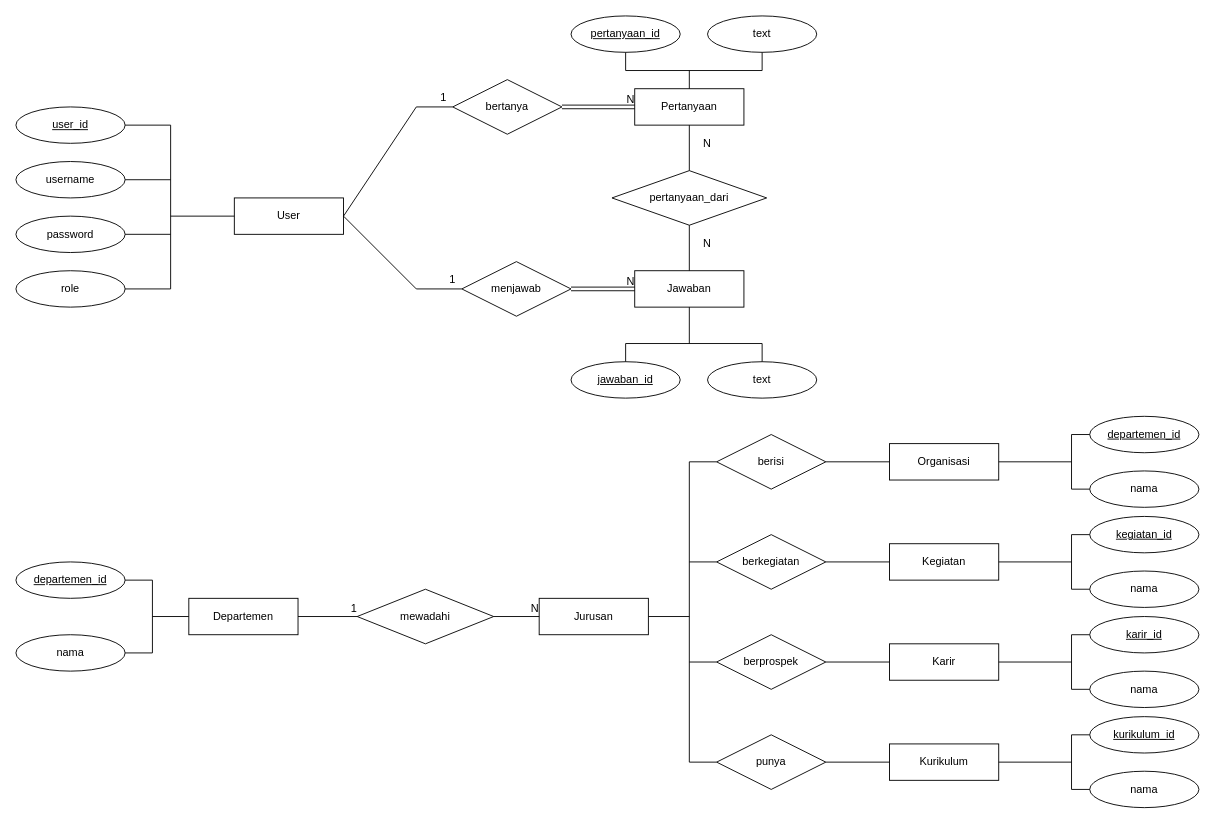
The draw.io diagram images/ERD_Klenik.drawio in Gopalatius/KLENIK-Kepoin-Fakultas-Teknik-Universitas-Indonesia, before the edit. Source tidied: cells renumbered, new cells numbered last; positions are measured from the earlier drawing's top-left corner, leaving out a move shared by most shapes. Both pictures are drawn from the tidied source at 91%, with x=0, y=0 at pixel (15, 15).
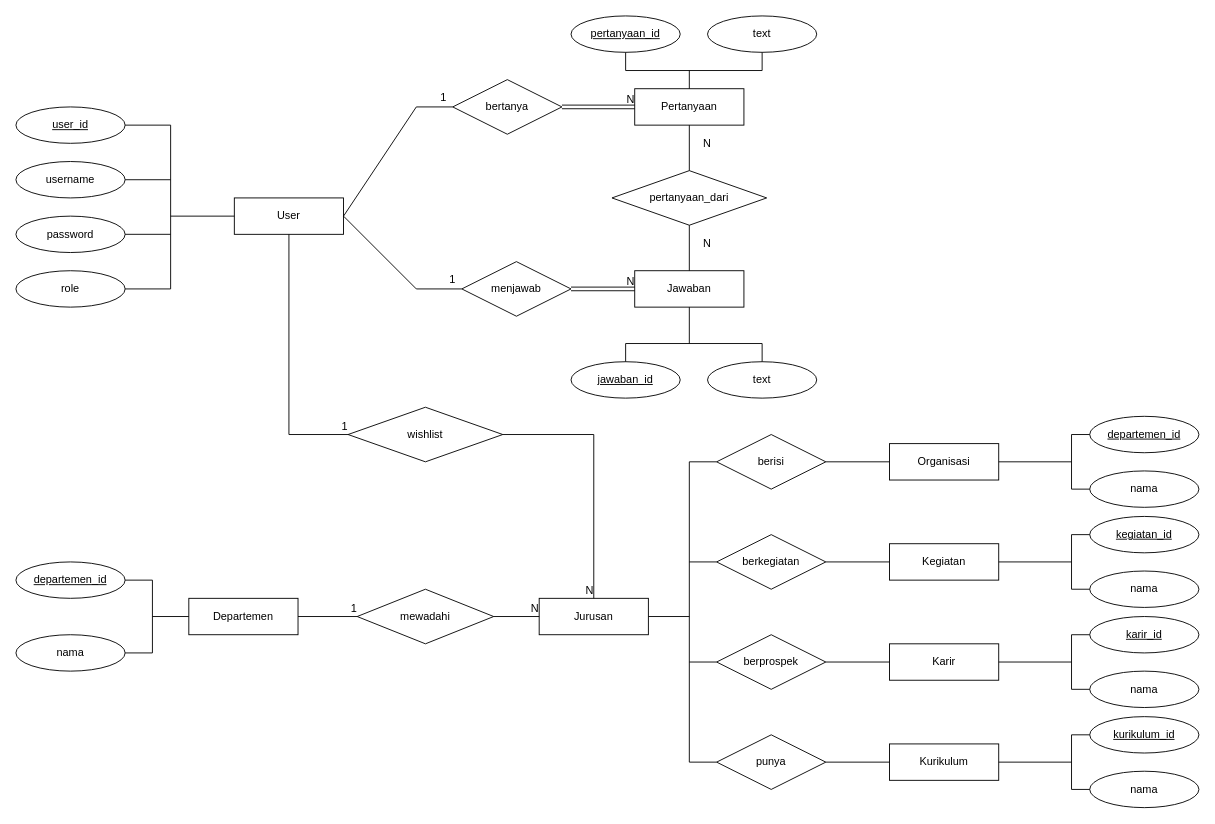
Above is the later version.

Commit message (it also covers changes not shown here):
ERD ditambah wishlist

The change refers to these unchanged cells:
```xml
<mxCell id="2" value="User" style="rounded=0;whiteSpace=wrap;html=1;" parent="1" vertex="1">
  <mxGeometry x="240" y="200" width="120" height="40" as="geometry" />
</mxCell>
<mxCell id="38" value="Jurusan" style="rounded=0;whiteSpace=wrap;html=1;" parent="1" vertex="1">
  <mxGeometry x="575" y="640" width="120" height="40" as="geometry" />
</mxCell>
```

The edit, as a diff of the source:
```diff
@@
+    <mxCell id="80" value="wishlist" style="rhombus;whiteSpace=wrap;html=1;" parent="1" vertex="1">
+      <mxGeometry x="365" y="430" width="170" height="60" as="geometry" />
+    </mxCell>
+    <mxCell id="81" style="endArrow=none;html=1;rounded=0;exitX=1;exitY=0.5;exitDx=0;exitDy=0;entryX=0.5;entryY=0;entryDx=0;entryDy=0;" parent="1" edge="1" source="80" target="38">
+      <mxGeometry relative="1" as="geometry">
+        <Array as="points">
+          <mxPoint x="635" y="460" />
+        </Array>
+      </mxGeometry>
+    </mxCell>
+    <mxCell id="82" value="N" style="html=1;align=right;verticalAlign=bottom;" parent="81" vertex="1">
+      <mxGeometry x="1" relative="1" as="geometry" />
+    </mxCell>
+    <mxCell id="83" style="endArrow=none;html=1;rounded=0;entryX=0;entryY=0.5;entryDx=0;entryDy=0;exitX=0.5;exitY=1;exitDx=0;exitDy=0;" parent="1" edge="1" source="2" target="80">
+      <mxGeometry relative="1" as="geometry">
+        <Array as="points">
+          <mxPoint x="300" y="460" />
+        </Array>
+      </mxGeometry>
+    </mxCell>
+    <mxCell id="84" value="1" style="html=1;align=right;verticalAlign=bottom;" parent="83" vertex="1">
+      <mxGeometry x="1" relative="1" as="geometry" />
+    </mxCell>
```
